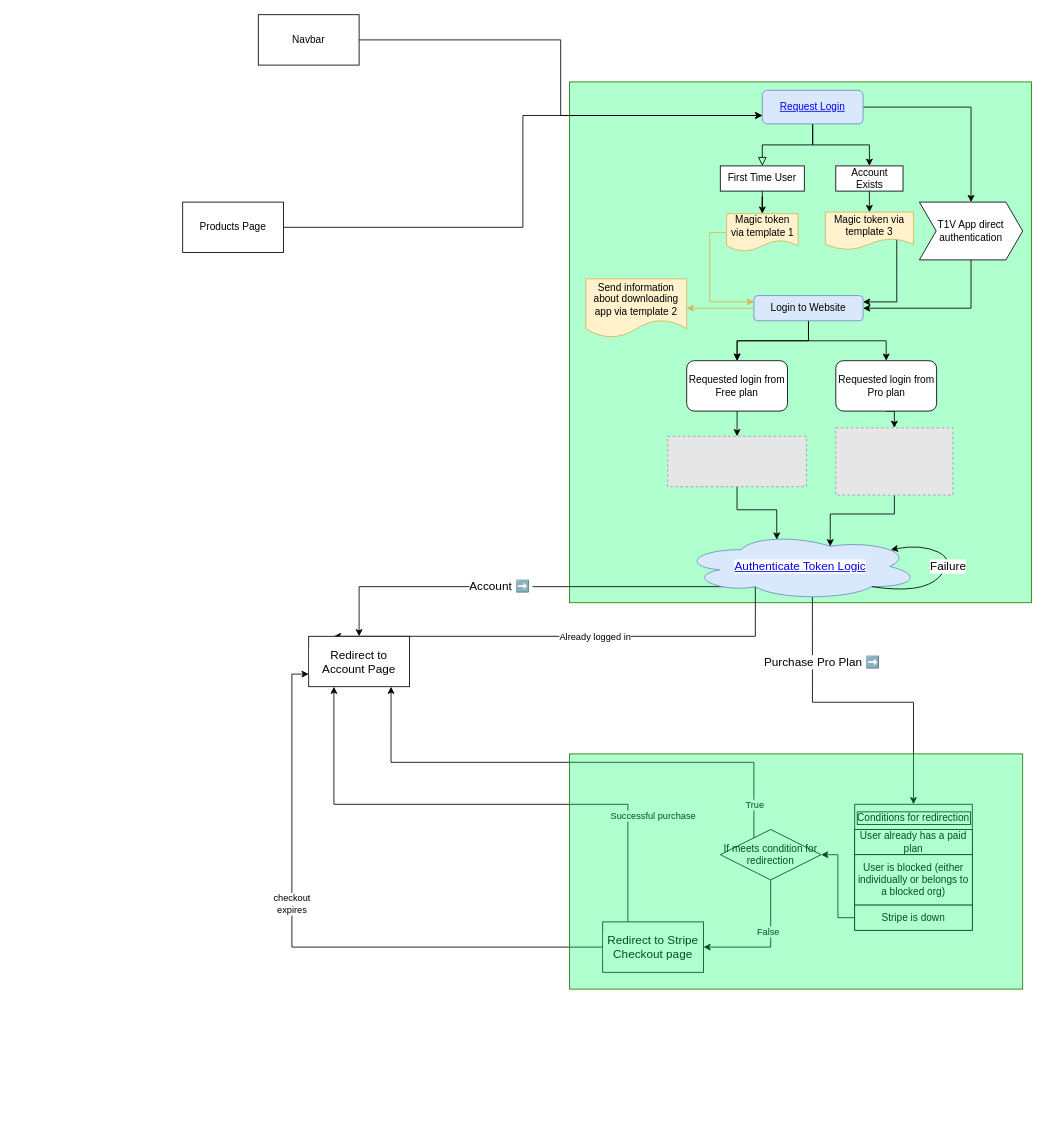
Before: page "Login Flow" (1 of 5) of Untitled Diagram.drawio in pbt1v/flowcharts, a draw.io diagram. Source tidied: cells renumbered, new cells numbered last; positions are measured from the earlier drawing's top-left corner, leaving out a move shared by most shapes. Both pictures are drawn from the tidied source at 84%, with x=0, y=0 at pixel (182, 14). Pictures stored in the file or linked from it are replaced by grey dashed boxes.
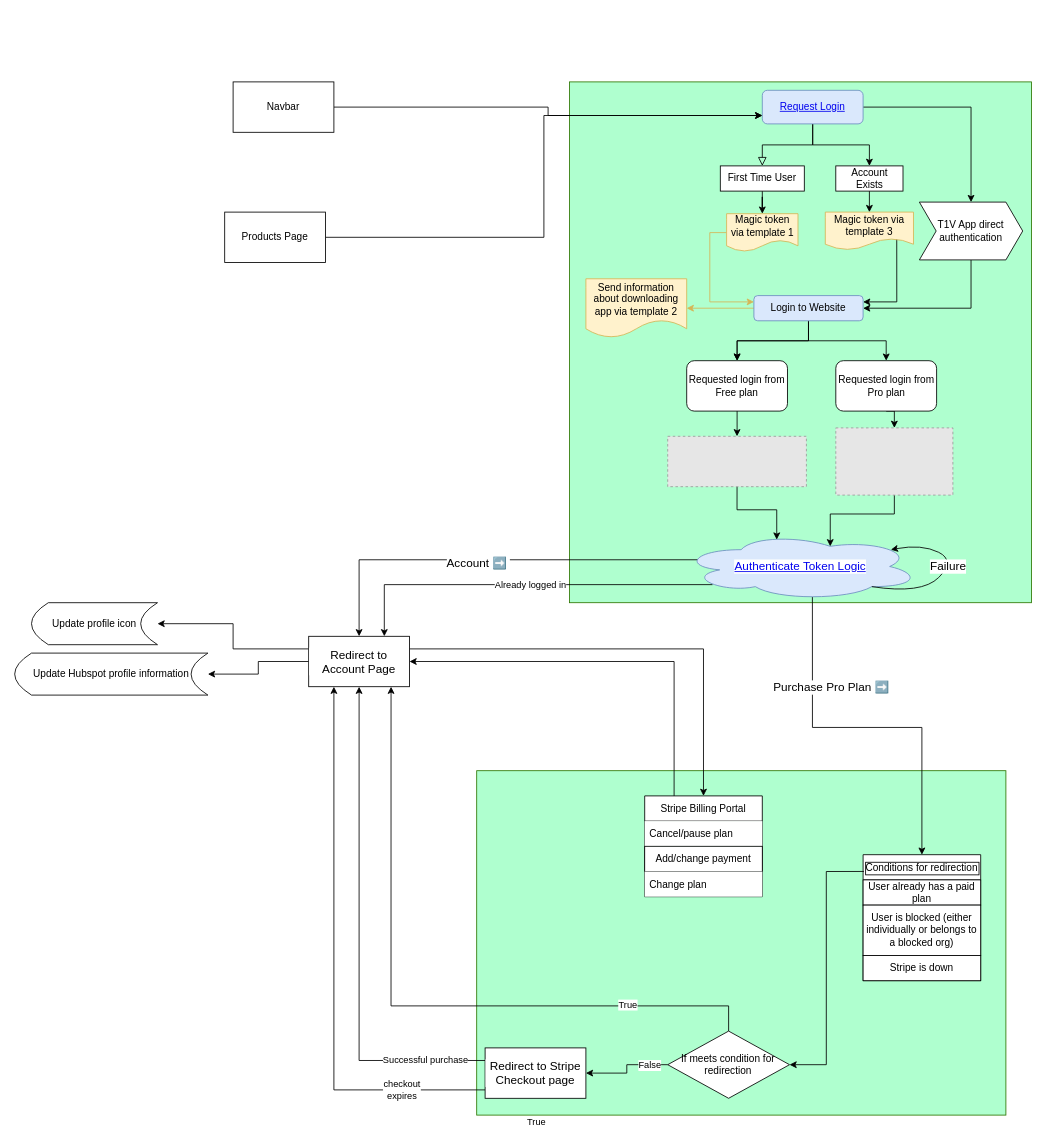
The same diagram, later.

Commit message:
added stripe info

The change refers to these unchanged cells:
```xml
<mxCell id="33" value="&lt;a href=&quot;data:page/id,Cjgt9jFM1V30jB4g_Zc7&quot;&gt;Authenticate Token Logic&lt;/a&gt;" style="ellipse;shape=cloud;whiteSpace=wrap;html=1;labelBackgroundColor=#FFFFFF;fontSize=14;fillColor=#dae8fc;strokeColor=#6c8ebf;" parent="1" vertex="1">
  <mxGeometry x="594" y="616.9" width="283" height="80" as="geometry" />
</mxCell>
<mxCell id="43" value="Redirect to Account Page" style="whiteSpace=wrap;html=1;fontSize=14;fontColor=#000000;labelBackgroundColor=#FFFFFF;" parent="1" vertex="1">
  <mxGeometry x="150" y="740" width="120" height="60" as="geometry" />
</mxCell>
<mxCell id="55" value="Stripe is down" style="rounded=0;whiteSpace=wrap;html=1;" parent="52" vertex="1">
  <mxGeometry y="120" width="140" height="30" as="geometry" />
</mxCell>
```

What changed in the source:
```diff
@@
+    <mxCell id="62" style="rounded=0;whiteSpace=wrap;html=1;fillColor=#00FF6650;strokeColor=#2D7600;fontColor=#ffffff;" parent="1" vertex="1">
+      <mxGeometry x="350" y="900" width="630" height="410" as="geometry" />
+    </mxCell>
@@
-    <mxCell id="27" style="edgeStyle=orthogonalEdgeStyle;rounded=0;jettySize=auto;html=1;fontSize=14;fontColor=#000000;exitX=0.31;exitY=0.8;exitDx=0;exitDy=0;exitPerimeter=0;" parent="1" edge="1" source="33" target="43">
+    <mxCell id="27" style="edgeStyle=orthogonalEdgeStyle;rounded=0;jettySize=auto;html=1;fontSize=14;fontColor=#000000;exitX=0.07;exitY=0.4;exitDx=0;exitDy=0;exitPerimeter=0;" parent="1" edge="1" source="33" target="43">
       <mxGeometry relative="1" as="geometry" />
     </mxCell>
@@
-    <mxCell id="29" style="edgeStyle=orthogonalEdgeStyle;rounded=0;jettySize=auto;html=1;exitX=0.31;exitY=0.8;exitDx=0;exitDy=0;exitPerimeter=0;entryX=0.25;entryY=0;entryDx=0;entryDy=0;" parent="1" edge="1" source="33" target="43">
+    <mxCell id="29" style="edgeStyle=orthogonalEdgeStyle;rounded=0;jettySize=auto;html=1;exitX=0.13;exitY=0.77;exitDx=0;exitDy=0;exitPerimeter=0;entryX=0.75;entryY=0;entryDx=0;entryDy=0;" parent="1" edge="1" source="33" target="43">
       <mxGeometry relative="1" as="geometry">
         <Array as="points">
-          <mxPoint x="682" y="740" />
+          <mxPoint x="240" y="679" />
         </Array>
       </mxGeometry>
     </mxCell>
@@
+    <mxCell id="63" style="edgeStyle=orthogonalEdgeStyle;rounded=0;jettySize=auto;html=1;exitX=0;exitY=0.5;exitDx=0;exitDy=0;" parent="1" edge="1" source="43" target="67">
+      <mxGeometry relative="1" as="geometry" />
+    </mxCell>
+    <mxCell id="64" style="edgeStyle=orthogonalEdgeStyle;rounded=0;jettySize=auto;html=1;exitX=0;exitY=0.25;exitDx=0;exitDy=0;entryX=1;entryY=0.5;entryDx=0;entryDy=0;" parent="1" edge="1" source="43" target="68">
+      <mxGeometry relative="1" as="geometry" />
+    </mxCell>
+    <mxCell id="65" style="edgeStyle=orthogonalEdgeStyle;rounded=0;jettySize=auto;html=1;exitX=1;exitY=0.25;exitDx=0;exitDy=0;entryX=0.5;entryY=0;entryDx=0;entryDy=0;" parent="1" edge="1" source="43" target="70">
+      <mxGeometry relative="1" as="geometry" />
+    </mxCell>
@@
-    <mxCell id="44" value="Successful purchase" style="edgeStyle=orthogonalEdgeStyle;rounded=0;jettySize=auto;html=1;exitX=0.25;exitY=0;exitDx=0;exitDy=0;entryX=0.25;entryY=1;entryDx=0;entryDy=0;" parent="1" edge="1" source="47" target="43">
-      <mxGeometry x="-0.6" y="-30" relative="1" as="geometry" />
+    <mxCell id="44" value="Successful purchase" style="edgeStyle=orthogonalEdgeStyle;rounded=0;jettySize=auto;html=1;exitX=0;exitY=0.25;exitDx=0;exitDy=0;entryX=0.5;entryY=1;entryDx=0;entryDy=0;" parent="1" edge="1" source="47" target="43">
+      <mxGeometry x="-0.76" relative="1" as="geometry">
+        <Array as="points">
+          <mxPoint x="210" y="1245" />
+        </Array>
+      </mxGeometry>
     </mxCell>
-    <mxCell id="45" style="edgeStyle=orthogonalEdgeStyle;rounded=0;jettySize=auto;html=1;exitX=0;exitY=0.5;exitDx=0;exitDy=0;entryX=0;entryY=0.75;entryDx=0;entryDy=0;" parent="1" edge="1" source="47" target="43">
-      <mxGeometry relative="1" as="geometry" />
+    <mxCell id="45" style="edgeStyle=orthogonalEdgeStyle;rounded=0;jettySize=auto;html=1;entryX=0.25;entryY=1;entryDx=0;entryDy=0;" parent="1" edge="1" target="43">
+      <mxGeometry relative="1" as="geometry">
+        <mxPoint x="360" y="1280" as="sourcePoint" />
+        <Array as="points">
+          <mxPoint x="180" y="1280" />
+        </Array>
+      </mxGeometry>
     </mxCell>
     <mxCell id="46" value="checkout&lt;br&gt;expires" style="edgeLabel;html=1;align=center;verticalAlign=middle;" parent="45" vertex="1">
-      <mxGeometry x="0.18" y="1" relative="1" as="geometry" />
+      <mxGeometry x="0.18" y="1" relative="1" as="geometry">
+        <mxPoint x="81" y="208" as="offset" />
+      </mxGeometry>
     </mxCell>
     <mxCell id="47" value="Redirect to Stripe Checkout page" style="whiteSpace=wrap;html=1;fontSize=14;fontColor=#000000;labelBackgroundColor=#FFFFFF;" parent="1" vertex="1">
-      <mxGeometry x="500" y="1080" width="120" height="60" as="geometry" />
+      <mxGeometry x="360" y="1230" width="120" height="60" as="geometry" />
     </mxCell>
@@
     <mxCell id="49" value="Products Page" style="rounded=0;whiteSpace=wrap;html=1;" parent="1" vertex="1">
-      <mxGeometry y="223.1" width="120" height="60" as="geometry" />
+      <mxGeometry x="50" y="235" width="120" height="60" as="geometry" />
     </mxCell>
@@
     <mxCell id="51" value="Navbar" style="rounded=0;whiteSpace=wrap;html=1;" parent="1" vertex="1">
-      <mxGeometry x="90" width="120" height="60" as="geometry" />
+      <mxGeometry x="60" y="80" width="120" height="60" as="geometry" />
     </mxCell>
     <mxCell id="52" value="Conditions for redirection" style="swimlane;fontStyle=0;horizontal=1;startSize=30;labelBorderColor=default;" parent="1" vertex="1">
-      <mxGeometry x="800" y="940" width="140" height="150" as="geometry" />
+      <mxGeometry x="810" y="1000" width="140" height="150" as="geometry" />
     </mxCell>
@@
-    <mxCell id="56" style="edgeStyle=orthogonalEdgeStyle;rounded=0;jettySize=auto;html=1;exitX=0.25;exitY=0;exitDx=0;exitDy=0;entryX=0.817;entryY=1;entryDx=0;entryDy=0;entryPerimeter=0;" parent="1" edge="1" source="60" target="43">
+    <mxCell id="56" style="edgeStyle=orthogonalEdgeStyle;rounded=0;jettySize=auto;html=1;exitX=0.5;exitY=0;exitDx=0;exitDy=0;entryX=0.817;entryY=1;entryDx=0;entryDy=0;entryPerimeter=0;" parent="1" edge="1" source="60" target="43">
       <mxGeometry relative="1" as="geometry">
         <Array as="points">
-          <mxPoint x="680" y="890" />
-          <mxPoint x="248" y="890" />
+          <mxPoint x="650" y="1180" />
+          <mxPoint x="248" y="1180" />
         </Array>
       </mxGeometry>
     </mxCell>
     <mxCell id="57" value="True" style="edgeLabel;html=1;align=center;verticalAlign=middle;" parent="56" vertex="1">
       <mxGeometry x="-0.23" y="4" relative="1" as="geometry">
-        <mxPoint x="146" y="46" as="offset" />
+        <mxPoint x="54" y="133" as="offset" />
       </mxGeometry>
     </mxCell>
+    <mxCell id="66" value="True" style="edgeLabel;html=1;align=center;verticalAlign=middle;" parent="56" vertex="1">
+      <mxGeometry x="-0.63" y="-2" relative="1" as="geometry" />
+    </mxCell>
-    <mxCell id="58" style="edgeStyle=orthogonalEdgeStyle;rounded=0;jettySize=auto;html=1;exitX=0.5;exitY=1;exitDx=0;exitDy=0;entryX=1;entryY=0.5;entryDx=0;entryDy=0;" parent="1" edge="1" source="60" target="47">
+    <mxCell id="58" style="edgeStyle=orthogonalEdgeStyle;rounded=0;jettySize=auto;html=1;exitX=0;exitY=0.5;exitDx=0;exitDy=0;entryX=1;entryY=0.5;entryDx=0;entryDy=0;" parent="1" edge="1" source="60" target="47">
       <mxGeometry relative="1" as="geometry" />
     </mxCell>
     <mxCell id="59" value="False" style="edgeLabel;html=1;align=center;verticalAlign=middle;" parent="58" vertex="1">
-      <mxGeometry x="-0.24" y="-4" relative="1" as="geometry" />
+      <mxGeometry x="-0.24" y="-4" relative="1" as="geometry">
+        <mxPoint x="19" y="4" as="offset" />
+      </mxGeometry>
     </mxCell>
     <mxCell id="60" value="&lt;span&gt;If meets condition for redirection&lt;/span&gt;" style="rhombus;whiteSpace=wrap;html=1;fontFamily=Helvetica;fontSize=12;fontColor=rgb(0, 0, 0);align=center;strokeColor=rgb(0, 0, 0);strokeWidth=1;fillColor=rgb(255, 255, 255);" parent="1" vertex="1">
-      <mxGeometry x="640" y="970" width="120" height="60" as="geometry" />
+      <mxGeometry x="577.4" y="1210" width="145" height="80" as="geometry" />
     </mxCell>
-    <mxCell id="61" style="edgeStyle=orthogonalEdgeStyle;rounded=0;jettySize=auto;html=1;exitX=0;exitY=0.5;exitDx=0;exitDy=0;entryX=1;entryY=0.5;entryDx=0;entryDy=0;" parent="1" edge="1" source="55" target="60">
+    <mxCell id="61" style="edgeStyle=orthogonalEdgeStyle;rounded=0;jettySize=auto;html=1;exitX=0.007;exitY=0.133;exitDx=0;exitDy=0;entryX=1;entryY=0.5;entryDx=0;entryDy=0;exitPerimeter=0;" parent="1" edge="1" source="52" target="60">
       <mxGeometry relative="1" as="geometry" />
     </mxCell>
-    <mxCell id="62" style="rounded=0;whiteSpace=wrap;html=1;fillColor=#00FF6650;strokeColor=#2D7600;fontColor=#ffffff;" parent="1" vertex="1">
-      <mxGeometry x="460.5" y="880" width="539.5" height="280" as="geometry" />
-    </mxCell>
+    <mxCell id="67" value="Update Hubspot profile information" style="shape=dataStorage;whiteSpace=wrap;html=1;fixedSize=1;labelBorderColor=none;strokeColor=default;strokeWidth=1;fillColor=default;" parent="1" vertex="1">
+      <mxGeometry x="-200" y="760" width="230" height="50" as="geometry" />
+    </mxCell>
+    <mxCell id="68" value="Update profile icon" style="shape=dataStorage;whiteSpace=wrap;html=1;fixedSize=1;labelBorderColor=none;strokeColor=default;strokeWidth=1;fillColor=default;" parent="1" vertex="1">
+      <mxGeometry x="-180" y="700" width="150" height="50" as="geometry" />
+    </mxCell>
+    <mxCell id="69" style="edgeStyle=orthogonalEdgeStyle;rounded=0;jettySize=auto;html=1;entryX=1;entryY=0.5;entryDx=0;entryDy=0;exitX=0.25;exitY=0;exitDx=0;exitDy=0;" parent="1" edge="1" source="70" target="43">
+      <mxGeometry relative="1" as="geometry">
+        <Array as="points">
+          <mxPoint x="585" y="770" />
+        </Array>
+      </mxGeometry>
+    </mxCell>
+    <mxCell id="70" value="Stripe Billing Portal" style="swimlane;fontStyle=0;horizontal=1;startSize=30;labelBorderColor=none;strokeColor=default;strokeWidth=1;fillColor=default;" parent="1" vertex="1">
+      <mxGeometry x="550" y="930" width="140" height="120" as="geometry" />
+    </mxCell>
+    <mxCell id="71" value="Cancel/pause plan" style="text;strokeColor=none;fillColor=default;align=left;verticalAlign=middle;spacingLeft=4;spacingRight=4;overflow=hidden;labelBorderColor=none;labelBackgroundColor=none;" parent="70" vertex="1">
+      <mxGeometry y="30" width="140" height="30" as="geometry" />
+    </mxCell>
+    <mxCell id="72" value="Add/change payment" style="rounded=0;whiteSpace=wrap;html=1;labelBorderColor=none;strokeColor=default;strokeWidth=1;fillColor=default;" parent="70" vertex="1">
+      <mxGeometry y="60" width="140" height="30" as="geometry" />
+    </mxCell>
+    <mxCell id="73" value="Change plan" style="text;strokeColor=none;fillColor=default;align=left;verticalAlign=middle;spacingLeft=4;spacingRight=4;overflow=hidden;labelBorderColor=none;" parent="70" vertex="1">
+      <mxGeometry y="90" width="140" height="30" as="geometry" />
+    </mxCell>
```
